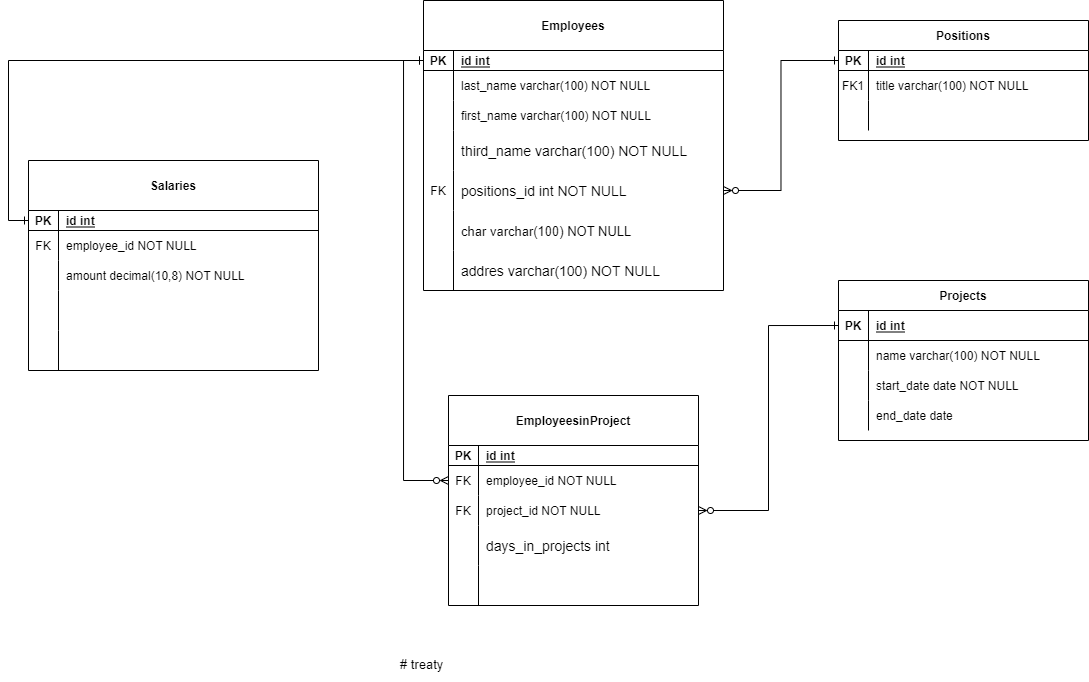
Above: Untitled Diagram.drawio.png in Dilmurat1002/treaty (draw.io), before the change. Source tidied: cells renumbered, new cells last; positions are measured from the earlier drawing's top-left corner, leaving out a move shared by most shapes.
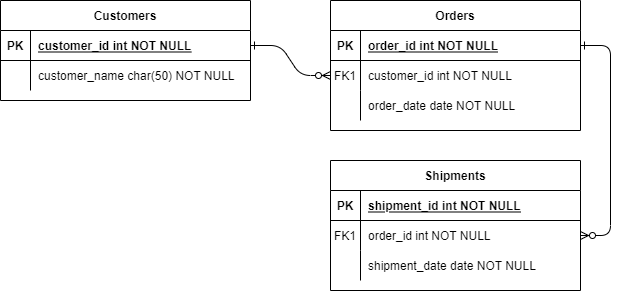
The same file after the commit.

Change to the diagram source:
```diff
@@ -2,38 +2,44 @@
   <root>
     <mxCell id="0" />
     <mxCell id="1" parent="0" />
+    <mxCell id="84" style="edgeStyle=entityRelationEdgeStyle;endArrow=ERzeroToMany;startArrow=ERone;endFill=1;startFill=0;" parent="1" edge="1" source="26" target="6">
+      <mxGeometry relative="1" as="geometry" />
+    </mxCell>
+    <mxCell id="85" style="edgeStyle=entityRelationEdgeStyle;endArrow=ERzeroToMany;startArrow=ERone;endFill=1;startFill=0;" parent="1" edge="1" source="3" target="16">
+      <mxGeometry relative="1" as="geometry" />
+    </mxCell>
-    <mxCell id="2" value="Positions" style="shape=table;startSize=30;rowLines=0;fontStyle=1;align=center;" parent="1" vertex="1">
-      <mxGeometry x="810" y="20" width="250" height="120" as="geometry" />
+    <mxCell id="2" value="Orders" style="shape=table;startSize=30;rowLines=0;fontStyle=1;align=center;" parent="1" vertex="1">
+      <mxGeometry x="780" y="70" width="250" height="130" as="geometry" />
     </mxCell>
     <mxCell id="3" style="shape=partialRectangle;fillColor=none;points=[[0,0.5],[1,0.5]];portConstraint=eastwest;top=0;left=0;right=0;bottom=1;" parent="2" vertex="1">
-      <mxGeometry y="30" width="250" height="20" as="geometry" />
+      <mxGeometry y="30" width="250" height="30" as="geometry" />
     </mxCell>
     <mxCell id="4" value="PK" style="shape=partialRectangle;overflow=hidden;fillColor=none;top=0;left=0;bottom=0;right=0;fontStyle=1;" parent="3" vertex="1">
-      <mxGeometry width="30" height="20" as="geometry" />
+      <mxGeometry width="30" height="30" as="geometry" />
     </mxCell>
-    <mxCell id="5" value="id int" style="shape=partialRectangle;overflow=hidden;fillColor=none;top=0;left=0;bottom=0;right=0;align=left;spacingLeft=6;fontStyle=5;" parent="3" vertex="1">
-      <mxGeometry x="30" width="220" height="20" as="geometry" />
+    <mxCell id="5" value="order_id int NOT NULL " style="shape=partialRectangle;overflow=hidden;fillColor=none;top=0;left=0;bottom=0;right=0;align=left;spacingLeft=6;fontStyle=5;" parent="3" vertex="1">
+      <mxGeometry x="30" width="220" height="30" as="geometry" />
     </mxCell>
     <mxCell id="6" style="shape=partialRectangle;fillColor=none;points=[[0,0.5],[1,0.5]];portConstraint=eastwest;top=0;left=0;right=0;bottom=0;" parent="2" vertex="1">
-      <mxGeometry y="50" width="250" height="30" as="geometry" />
+      <mxGeometry y="60" width="250" height="30" as="geometry" />
     </mxCell>
     <mxCell id="7" value="FK1" style="shape=partialRectangle;overflow=hidden;fillColor=none;top=0;left=0;bottom=0;right=0;" parent="6" vertex="1">
       <mxGeometry width="30" height="30" as="geometry" />
     </mxCell>
-    <mxCell id="8" value="title varchar(100) NOT NULL" style="shape=partialRectangle;overflow=hidden;fillColor=none;top=0;left=0;bottom=0;right=0;align=left;spacingLeft=6;" parent="6" vertex="1">
+    <mxCell id="8" value="customer_id int NOT NULL" style="shape=partialRectangle;overflow=hidden;fillColor=none;top=0;left=0;bottom=0;right=0;align=left;spacingLeft=6;" parent="6" vertex="1">
       <mxGeometry x="30" width="220" height="30" as="geometry" />
     </mxCell>
     <mxCell id="9" style="shape=partialRectangle;fillColor=none;top=0;left=0;right=0;bottom=0;" parent="2" vertex="1">
-      <mxGeometry y="80" width="250" height="30" as="geometry" />
+      <mxGeometry y="90" width="250" height="30" as="geometry" />
     </mxCell>
     <mxCell id="10" style="shape=partialRectangle;overflow=hidden;fillColor=none;top=0;left=0;bottom=0;right=0;" parent="9" vertex="1">
       <mxGeometry width="30" height="30" as="geometry" />
     </mxCell>
-    <mxCell id="11" style="shape=partialRectangle;overflow=hidden;fillColor=none;top=0;left=0;bottom=0;right=0;align=left;spacingLeft=6;" parent="9" vertex="1">
+    <mxCell id="11" value="order_date date NOT NULL" style="shape=partialRectangle;overflow=hidden;fillColor=none;top=0;left=0;bottom=0;right=0;align=left;spacingLeft=6;" parent="9" vertex="1">
       <mxGeometry x="30" width="220" height="30" as="geometry" />
     </mxCell>
-    <mxCell id="12" value="Projects" style="shape=table;startSize=30;rowLines=0;fontStyle=1;align=center;" parent="1" vertex="1">
-      <mxGeometry x="810" y="280" width="250" height="160" as="geometry" />
+    <mxCell id="12" value="Shipments" style="shape=table;startSize=30;rowLines=0;fontStyle=1;align=center;" parent="1" vertex="1">
+      <mxGeometry x="780" y="230" width="250" height="130" as="geometry" />
     </mxCell>
     <mxCell id="13" style="shape=partialRectangle;fillColor=none;points=[[0,0.5],[1,0.5]];portConstraint=eastwest;top=0;left=0;right=0;bottom=1;" parent="12" vertex="1">
       <mxGeometry y="30" width="250" height="30" as="geometry" />
@@ -41,16 +47,16 @@
     <mxCell id="14" value="PK" style="shape=partialRectangle;overflow=hidden;fillColor=none;top=0;left=0;bottom=0;right=0;fontStyle=1;" parent="13" vertex="1">
       <mxGeometry width="30" height="30" as="geometry" />
     </mxCell>
-    <mxCell id="15" value="id int" style="shape=partialRectangle;overflow=hidden;fillColor=none;top=0;left=0;bottom=0;right=0;align=left;spacingLeft=6;fontStyle=5;" parent="13" vertex="1">
+    <mxCell id="15" value="shipment_id int NOT NULL " style="shape=partialRectangle;overflow=hidden;fillColor=none;top=0;left=0;bottom=0;right=0;align=left;spacingLeft=6;fontStyle=5;" parent="13" vertex="1">
       <mxGeometry x="30" width="220" height="30" as="geometry" />
     </mxCell>
     <mxCell id="16" style="shape=partialRectangle;fillColor=none;points=[[0,0.5],[1,0.5]];portConstraint=eastwest;top=0;left=0;right=0;bottom=0;" parent="12" vertex="1">
       <mxGeometry y="60" width="250" height="30" as="geometry" />
     </mxCell>
-    <mxCell id="17" style="shape=partialRectangle;overflow=hidden;fillColor=none;top=0;left=0;bottom=0;right=0;" parent="16" vertex="1">
+    <mxCell id="17" value="FK1" style="shape=partialRectangle;overflow=hidden;fillColor=none;top=0;left=0;bottom=0;right=0;" parent="16" vertex="1">
       <mxGeometry width="30" height="30" as="geometry" />
     </mxCell>
-    <mxCell id="18" value="name varchar(100) NOT NULL" style="shape=partialRectangle;overflow=hidden;fillColor=none;top=0;left=0;bottom=0;right=0;align=left;spacingLeft=6;" parent="16" vertex="1">
+    <mxCell id="18" value="order_id int NOT NULL" style="shape=partialRectangle;overflow=hidden;fillColor=none;top=0;left=0;bottom=0;right=0;align=left;spacingLeft=6;" parent="16" vertex="1">
       <mxGeometry x="30" width="220" height="30" as="geometry" />
     </mxCell>
     <mxCell id="19" style="shape=partialRectangle;fillColor=none;top=0;left=0;right=0;bottom=0;" parent="12" vertex="1">
@@ -59,194 +65,29 @@
     <mxCell id="20" style="shape=partialRectangle;overflow=hidden;fillColor=none;top=0;left=0;bottom=0;right=0;" parent="19" vertex="1">
       <mxGeometry width="30" height="30" as="geometry" />
     </mxCell>
-    <mxCell id="21" value="start_date date NOT NULL" style="shape=partialRectangle;overflow=hidden;fillColor=none;top=0;left=0;bottom=0;right=0;align=left;spacingLeft=6;" parent="19" vertex="1">
+    <mxCell id="21" value="shipment_date date NOT NULL" style="shape=partialRectangle;overflow=hidden;fillColor=none;top=0;left=0;bottom=0;right=0;align=left;spacingLeft=6;" parent="19" vertex="1">
       <mxGeometry x="30" width="220" height="30" as="geometry" />
     </mxCell>
-    <mxCell id="22" style="shape=partialRectangle;fillColor=none;top=0;left=0;right=0;bottom=0;" parent="12" vertex="1">
-      <mxGeometry y="120" width="250" height="30" as="geometry" />
-    </mxCell>
-    <mxCell id="23" style="shape=partialRectangle;overflow=hidden;fillColor=none;top=0;left=0;bottom=0;right=0;" parent="22" vertex="1">
-      <mxGeometry width="30" height="30" as="geometry" />
-    </mxCell>
-    <mxCell id="24" value="end_date date " style="shape=partialRectangle;overflow=hidden;fillColor=none;top=0;left=0;bottom=0;right=0;align=left;spacingLeft=6;" parent="22" vertex="1">
-      <mxGeometry x="30" width="220" height="30" as="geometry" />
-    </mxCell>
-    <mxCell id="25" value="Employees" style="shape=table;startSize=50;rowLines=0;fontStyle=1;align=center;" parent="1" vertex="1">
-      <mxGeometry x="395" width="300" height="290" as="geometry" />
+    <mxCell id="25" value="Customers" style="shape=table;startSize=30;rowLines=0;fontStyle=1;align=center;" parent="1" vertex="1">
+      <mxGeometry x="450" y="70" width="250" height="100" as="geometry" />
     </mxCell>
     <mxCell id="26" style="shape=partialRectangle;fillColor=none;points=[[0,0.5],[1,0.5]];portConstraint=eastwest;top=0;left=0;right=0;bottom=1;" parent="25" vertex="1">
-      <mxGeometry y="50" width="300" height="20" as="geometry" />
+      <mxGeometry y="30" width="250" height="30" as="geometry" />
     </mxCell>
     <mxCell id="27" value="PK" style="shape=partialRectangle;overflow=hidden;fillColor=none;top=0;left=0;bottom=0;right=0;fontStyle=1;" parent="26" vertex="1">
-      <mxGeometry width="30" height="20" as="geometry" />
+      <mxGeometry width="30" height="30" as="geometry" />
     </mxCell>
-    <mxCell id="28" value="id int" style="shape=partialRectangle;overflow=hidden;fillColor=none;top=0;left=0;bottom=0;right=0;align=left;spacingLeft=6;fontStyle=5;" parent="26" vertex="1">
-      <mxGeometry x="30" width="270" height="20" as="geometry" />
+    <mxCell id="28" value="customer_id int NOT NULL " style="shape=partialRectangle;overflow=hidden;fillColor=none;top=0;left=0;bottom=0;right=0;align=left;spacingLeft=6;fontStyle=5;" parent="26" vertex="1">
+      <mxGeometry x="30" width="220" height="30" as="geometry" />
     </mxCell>
     <mxCell id="29" style="shape=partialRectangle;fillColor=none;top=0;left=0;right=0;bottom=0;" parent="25" vertex="1">
-      <mxGeometry y="70" width="300" height="30" as="geometry" />
+      <mxGeometry y="60" width="250" height="30" as="geometry" />
     </mxCell>
     <mxCell id="30" style="shape=partialRectangle;overflow=hidden;fillColor=none;top=0;left=0;bottom=0;right=0;" parent="29" vertex="1">
       <mxGeometry width="30" height="30" as="geometry" />
     </mxCell>
-    <mxCell id="31" value="last_name varchar(100) NOT NULL" style="shape=partialRectangle;overflow=hidden;fillColor=none;top=0;left=0;bottom=0;right=0;align=left;spacingLeft=6;" parent="29" vertex="1">
-      <mxGeometry x="30" width="270" height="30" as="geometry" />
+    <mxCell id="31" value="customer_name char(50) NOT NULL" style="shape=partialRectangle;overflow=hidden;fillColor=none;top=0;left=0;bottom=0;right=0;align=left;spacingLeft=6;" parent="29" vertex="1">
+      <mxGeometry x="30" width="220" height="30" as="geometry" />
     </mxCell>
-    <mxCell id="32" style="shape=partialRectangle;fillColor=none;top=0;left=0;right=0;bottom=0;" parent="25" vertex="1">
-      <mxGeometry y="100" width="300" height="30" as="geometry" />
-    </mxCell>
-    <mxCell id="33" style="shape=partialRectangle;overflow=hidden;fillColor=none;top=0;left=0;bottom=0;right=0;" parent="32" vertex="1">
-      <mxGeometry width="30" height="30" as="geometry" />
-    </mxCell>
-    <mxCell id="34" value="first_name varchar(100) NOT NULL" style="shape=partialRectangle;overflow=hidden;fillColor=none;top=0;left=0;bottom=0;right=0;align=left;spacingLeft=6;" parent="32" vertex="1">
-      <mxGeometry x="30" width="270" height="30" as="geometry" />
-    </mxCell>
-    <mxCell id="35" style="shape=partialRectangle;fillColor=none;top=0;left=0;right=0;bottom=0;" parent="25" vertex="1">
-      <mxGeometry y="130" width="300" height="40" as="geometry" />
-    </mxCell>
-    <mxCell id="36" style="shape=partialRectangle;overflow=hidden;fillColor=none;top=0;left=0;bottom=0;right=0;" parent="35" vertex="1">
-      <mxGeometry width="30" height="40" as="geometry" />
-    </mxCell>
-    <mxCell id="37" value="third_name varchar(100) NOT NULL" style="shape=partialRectangle;overflow=hidden;fillColor=none;top=0;left=0;bottom=0;right=0;align=left;spacingLeft=6;fontSize=14;" parent="35" vertex="1">
-      <mxGeometry x="30" width="270" height="40" as="geometry" />
-    </mxCell>
-    <mxCell id="38" style="shape=partialRectangle;fillColor=none;points=[[0,0.5],[1,0.5]];portConstraint=eastwest;top=0;left=0;right=0;bottom=0;" parent="25" vertex="1">
-      <mxGeometry y="170" width="300" height="40" as="geometry" />
-    </mxCell>
-    <mxCell id="39" value="FK" style="shape=partialRectangle;overflow=hidden;fillColor=none;top=0;left=0;bottom=0;right=0;" parent="38" vertex="1">
-      <mxGeometry width="30" height="40" as="geometry" />
-    </mxCell>
-    <mxCell id="40" value="positions_id int NOT NULL" style="shape=partialRectangle;overflow=hidden;fillColor=none;top=0;left=0;bottom=0;right=0;align=left;spacingLeft=6;fontSize=14;" parent="38" vertex="1">
-      <mxGeometry x="30" width="270" height="40" as="geometry" />
-    </mxCell>
-    <mxCell id="41" style="shape=partialRectangle;fillColor=none;top=0;left=0;right=0;bottom=0;" parent="25" vertex="1">
-      <mxGeometry y="210" width="300" height="40" as="geometry" />
-    </mxCell>
-    <mxCell id="42" style="shape=partialRectangle;overflow=hidden;fillColor=none;top=0;left=0;bottom=0;right=0;" parent="41" vertex="1">
-      <mxGeometry width="30" height="40" as="geometry" />
-    </mxCell>
-    <mxCell id="43" value="char varchar(100) NOT NULL" style="shape=partialRectangle;overflow=hidden;fillColor=none;top=0;left=0;bottom=0;right=0;align=left;spacingLeft=6;fontSize=13;" parent="41" vertex="1">
-      <mxGeometry x="30" width="270" height="40" as="geometry" />
-    </mxCell>
-    <mxCell id="44" style="shape=partialRectangle;fillColor=none;top=0;left=0;right=0;bottom=0;" parent="25" vertex="1">
-      <mxGeometry y="250" width="300" height="40" as="geometry" />
-    </mxCell>
-    <mxCell id="45" style="shape=partialRectangle;overflow=hidden;fillColor=none;top=0;left=0;bottom=0;right=0;" parent="44" vertex="1">
-      <mxGeometry width="30" height="40" as="geometry" />
-    </mxCell>
-    <mxCell id="46" value="addres varchar(100) NOT NULL" style="shape=partialRectangle;overflow=hidden;fillColor=none;top=0;left=0;bottom=0;right=0;align=left;spacingLeft=6;fontSize=14;" parent="44" vertex="1">
-      <mxGeometry x="30" width="270" height="40" as="geometry" />
-    </mxCell>
-    <mxCell id="47" style="edgeStyle=orthogonalEdgeStyle;rounded=0;jettySize=auto;html=1;entryX=1;entryY=0.5;entryDx=0;entryDy=0;fontSize=14;endArrow=ERzeroToMany;endFill=0;startArrow=ERone;startFill=0;" parent="1" edge="1" source="3" target="38">
-      <mxGeometry relative="1" as="geometry" />
-    </mxCell>
-    <mxCell id="48" value="EmployeesinProject" style="shape=table;startSize=50;rowLines=0;fontStyle=1;align=center;" parent="1" vertex="1">
-      <mxGeometry x="420" y="395" width="250" height="210" as="geometry" />
-    </mxCell>
-    <mxCell id="49" style="shape=partialRectangle;fillColor=none;top=0;left=0;right=0;bottom=1;" parent="48" vertex="1">
-      <mxGeometry y="50" width="250" height="20" as="geometry" />
-    </mxCell>
-    <mxCell id="50" value="PK" style="shape=partialRectangle;overflow=hidden;fillColor=none;top=0;left=0;bottom=0;right=0;fontStyle=1;" parent="49" vertex="1">
-      <mxGeometry width="30" height="20" as="geometry" />
-    </mxCell>
-    <mxCell id="51" value="id int" style="shape=partialRectangle;overflow=hidden;fillColor=none;top=0;left=0;bottom=0;right=0;align=left;spacingLeft=6;fontStyle=5;" parent="49" vertex="1">
-      <mxGeometry x="30" width="220" height="20" as="geometry" />
-    </mxCell>
-    <mxCell id="52" style="shape=partialRectangle;fillColor=none;points=[[0,0.5],[1,0.5]];portConstraint=eastwest;top=0;left=0;right=0;bottom=0;" parent="48" vertex="1">
-      <mxGeometry y="70" width="250" height="30" as="geometry" />
-    </mxCell>
-    <mxCell id="53" value="FK" style="shape=partialRectangle;overflow=hidden;fillColor=none;top=0;left=0;bottom=0;right=0;" parent="52" vertex="1">
-      <mxGeometry width="30" height="30" as="geometry" />
-    </mxCell>
-    <mxCell id="54" value="employee_id NOT NULL" style="shape=partialRectangle;overflow=hidden;fillColor=none;top=0;left=0;bottom=0;right=0;align=left;spacingLeft=6;" parent="52" vertex="1">
-      <mxGeometry x="30" width="220" height="30" as="geometry" />
-    </mxCell>
-    <mxCell id="55" style="shape=partialRectangle;fillColor=none;points=[[0,0.5],[1,0.5]];portConstraint=eastwest;top=0;left=0;right=0;bottom=0;" parent="48" vertex="1">
-      <mxGeometry y="100" width="250" height="30" as="geometry" />
-    </mxCell>
-    <mxCell id="56" value="FK" style="shape=partialRectangle;overflow=hidden;fillColor=none;top=0;left=0;bottom=0;right=0;" parent="55" vertex="1">
-      <mxGeometry width="30" height="30" as="geometry" />
-    </mxCell>
-    <mxCell id="57" value="project_id NOT NULL" style="shape=partialRectangle;overflow=hidden;fillColor=none;top=0;left=0;bottom=0;right=0;align=left;spacingLeft=6;" parent="55" vertex="1">
-      <mxGeometry x="30" width="220" height="30" as="geometry" />
-    </mxCell>
-    <mxCell id="58" style="shape=partialRectangle;fillColor=none;top=0;left=0;right=0;bottom=0;" parent="48" vertex="1">
-      <mxGeometry y="130" width="250" height="40" as="geometry" />
-    </mxCell>
-    <mxCell id="59" style="shape=partialRectangle;overflow=hidden;fillColor=none;top=0;left=0;bottom=0;right=0;" parent="58" vertex="1">
-      <mxGeometry width="30" height="40" as="geometry" />
-    </mxCell>
-    <mxCell id="60" value="days_in_projects int" style="shape=partialRectangle;overflow=hidden;fillColor=none;top=0;left=0;bottom=0;right=0;align=left;spacingLeft=6;fontSize=14;" parent="58" vertex="1">
-      <mxGeometry x="30" width="220" height="40" as="geometry" />
-    </mxCell>
-    <mxCell id="61" style="shape=partialRectangle;fillColor=none;top=0;left=0;right=0;bottom=0;" parent="48" vertex="1">
-      <mxGeometry y="170" width="250" height="40" as="geometry" />
-    </mxCell>
-    <mxCell id="62" style="shape=partialRectangle;overflow=hidden;fillColor=none;top=0;left=0;bottom=0;right=0;" parent="61" vertex="1">
-      <mxGeometry width="30" height="40" as="geometry" />
-    </mxCell>
-    <mxCell id="63" style="shape=partialRectangle;overflow=hidden;fillColor=none;top=0;left=0;bottom=0;right=0;align=left;spacingLeft=6;fontSize=14;" parent="61" vertex="1">
-      <mxGeometry x="30" width="220" height="40" as="geometry" />
-    </mxCell>
-    <mxCell id="64" style="edgeStyle=orthogonalEdgeStyle;rounded=0;jettySize=auto;html=1;exitX=0;exitY=0.5;exitDx=0;exitDy=0;entryX=0;entryY=0.5;entryDx=0;entryDy=0;fontSize=14;startArrow=ERone;startFill=0;endArrow=ERzeroToMany;endFill=0;" parent="1" edge="1" source="26" target="52">
-      <mxGeometry relative="1" as="geometry" />
-    </mxCell>
-    <mxCell id="65" style="edgeStyle=orthogonalEdgeStyle;rounded=0;jettySize=auto;html=1;exitX=0;exitY=0.5;exitDx=0;exitDy=0;fontSize=14;startArrow=ERone;startFill=0;endArrow=ERzeroToMany;endFill=0;" parent="1" edge="1" source="13" target="55">
-      <mxGeometry relative="1" as="geometry" />
-    </mxCell>
-    <mxCell id="66" value="Salaries" style="shape=table;startSize=50;rowLines=0;fontStyle=1;align=center;" parent="1" vertex="1">
-      <mxGeometry y="160" width="290" height="210" as="geometry" />
-    </mxCell>
-    <mxCell id="67" style="shape=partialRectangle;fillColor=none;points=[[0,0.5],[1,0.5]];portConstraint=eastwest;top=0;left=0;right=0;bottom=1;" parent="66" vertex="1">
-      <mxGeometry y="50" width="290" height="20" as="geometry" />
-    </mxCell>
-    <mxCell id="68" value="PK" style="shape=partialRectangle;overflow=hidden;fillColor=none;top=0;left=0;bottom=0;right=0;fontStyle=1;" parent="67" vertex="1">
-      <mxGeometry width="30" height="20" as="geometry" />
-    </mxCell>
-    <mxCell id="69" value="id int" style="shape=partialRectangle;overflow=hidden;fillColor=none;top=0;left=0;bottom=0;right=0;align=left;spacingLeft=6;fontStyle=5;" parent="67" vertex="1">
-      <mxGeometry x="30" width="260" height="20" as="geometry" />
-    </mxCell>
-    <mxCell id="70" style="shape=partialRectangle;fillColor=none;top=0;left=0;right=0;bottom=0;" parent="66" vertex="1">
-      <mxGeometry y="70" width="290" height="30" as="geometry" />
-    </mxCell>
-    <mxCell id="71" value="FK" style="shape=partialRectangle;overflow=hidden;fillColor=none;top=0;left=0;bottom=0;right=0;" parent="70" vertex="1">
-      <mxGeometry width="30" height="30" as="geometry" />
-    </mxCell>
-    <mxCell id="72" value="employee_id NOT NULL" style="shape=partialRectangle;overflow=hidden;fillColor=none;top=0;left=0;bottom=0;right=0;align=left;spacingLeft=6;" parent="70" vertex="1">
-      <mxGeometry x="30" width="260" height="30" as="geometry" />
-    </mxCell>
-    <mxCell id="73" style="shape=partialRectangle;fillColor=none;top=0;left=0;right=0;bottom=0;" parent="66" vertex="1">
-      <mxGeometry y="100" width="290" height="30" as="geometry" />
-    </mxCell>
-    <mxCell id="74" style="shape=partialRectangle;overflow=hidden;fillColor=none;top=0;left=0;bottom=0;right=0;" parent="73" vertex="1">
-      <mxGeometry width="30" height="30" as="geometry" />
-    </mxCell>
-    <mxCell id="75" value="amount decimal(10,8) NOT NULL" style="shape=partialRectangle;overflow=hidden;fillColor=none;top=0;left=0;bottom=0;right=0;align=left;spacingLeft=6;" parent="73" vertex="1">
-      <mxGeometry x="30" width="260" height="30" as="geometry" />
-    </mxCell>
-    <mxCell id="76" style="shape=partialRectangle;fillColor=none;top=0;left=0;right=0;bottom=0;" parent="66" vertex="1">
-      <mxGeometry y="130" width="290" height="40" as="geometry" />
-    </mxCell>
-    <mxCell id="77" style="shape=partialRectangle;overflow=hidden;fillColor=none;top=0;left=0;bottom=0;right=0;" parent="76" vertex="1">
-      <mxGeometry width="30" height="40" as="geometry" />
-    </mxCell>
-    <mxCell id="78" style="shape=partialRectangle;overflow=hidden;fillColor=none;top=0;left=0;bottom=0;right=0;align=left;spacingLeft=6;fontSize=14;" parent="76" vertex="1">
-      <mxGeometry x="30" width="260" height="40" as="geometry" />
-    </mxCell>
-    <mxCell id="79" style="shape=partialRectangle;fillColor=none;top=0;left=0;right=0;bottom=0;" parent="66" vertex="1">
-      <mxGeometry y="170" width="290" height="40" as="geometry" />
-    </mxCell>
-    <mxCell id="80" style="shape=partialRectangle;overflow=hidden;fillColor=none;top=0;left=0;bottom=0;right=0;" parent="79" vertex="1">
-      <mxGeometry width="30" height="40" as="geometry" />
-    </mxCell>
-    <mxCell id="81" style="shape=partialRectangle;overflow=hidden;fillColor=none;top=0;left=0;bottom=0;right=0;align=left;spacingLeft=6;fontSize=14;" parent="79" vertex="1">
-      <mxGeometry x="30" width="260" height="40" as="geometry" />
-    </mxCell>
-    <mxCell id="82" style="edgeStyle=orthogonalEdgeStyle;rounded=0;jettySize=auto;html=1;entryX=0;entryY=0.5;entryDx=0;entryDy=0;fontSize=14;startArrow=ERone;startFill=0;endArrow=ERone;endFill=0;" parent="1" edge="1" source="26" target="67">
-      <mxGeometry relative="1" as="geometry" />
-    </mxCell>
-    <mxCell id="83" value="# treaty" style="text;whiteSpace=wrap;html=1;fontSize=13;" parent="1" vertex="1">
-      <mxGeometry x="370" y="650" width="70" height="30" as="geometry" />
-    </mxCell>
   </root>
 </mxGraphModel>
```
